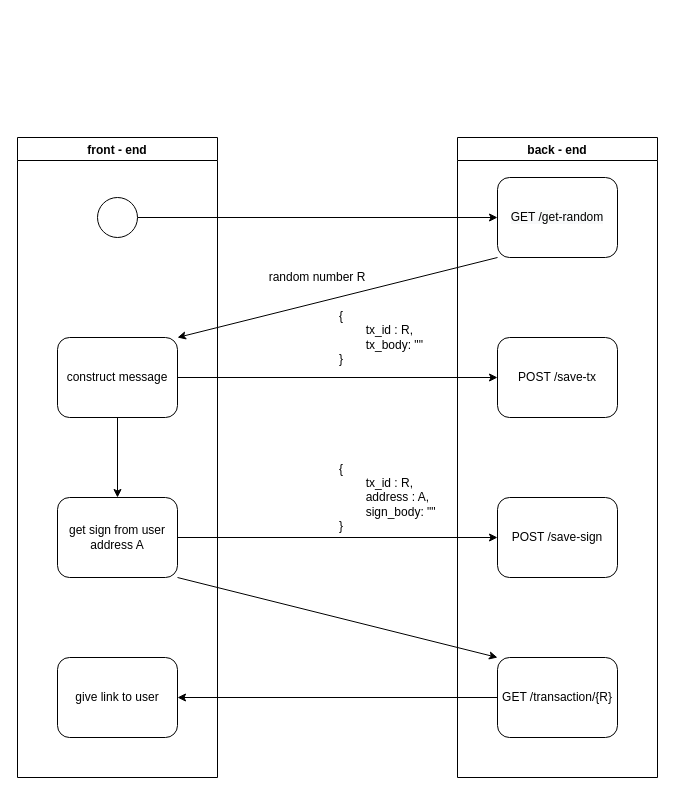
This is docs/flow.drawio from notional-labs/multisignature-service, a draw.io file, before an edit. Source tidied: cells renumbered, new cells numbered last; positions are measured from the earlier drawing's top-left corner, leaving out a move shared by most shapes. Both pictures are drawn from the tidied source at 100%, with x=0, y=0 at pixel (17, 137).
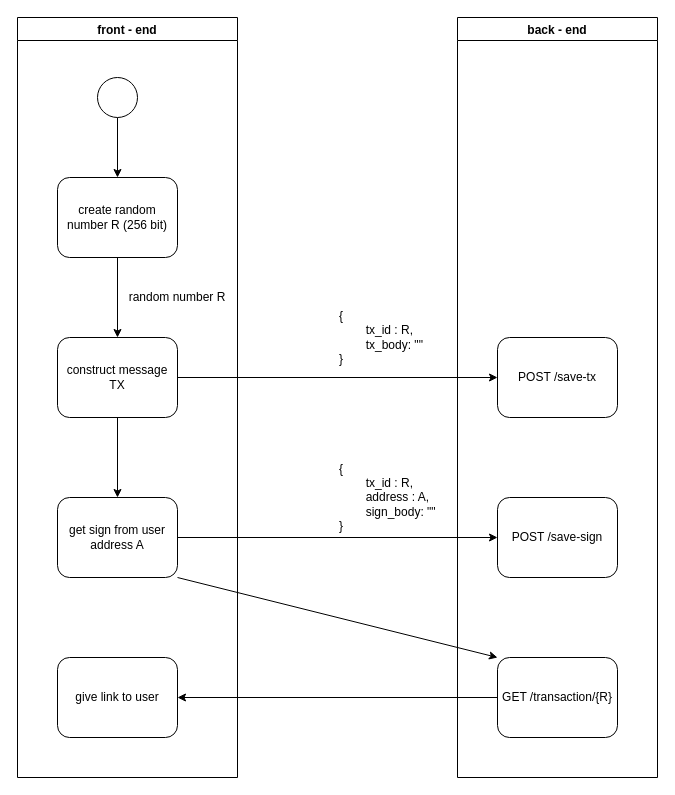
Above is the later version.

Diff of the diagram source:
```diff
@@
-    <mxCell id="2" style="edgeStyle=orthogonalEdgeStyle;rounded=0;jettySize=auto;html=1;exitX=1;exitY=0.5;exitDx=0;exitDy=0;exitPerimeter=0;entryX=0;entryY=0.5;entryDx=0;entryDy=0;" parent="1" edge="1" source="3" target="6">
-      <mxGeometry relative="1" as="geometry" />
-    </mxCell>
+    <mxCell id="22" style="edgeStyle=orthogonalEdgeStyle;rounded=0;jettySize=auto;html=1;exitX=0.5;exitY=1;exitDx=0;exitDy=0;exitPerimeter=0;entryX=0.5;entryY=0;entryDx=0;entryDy=0;" parent="1" edge="1" source="3" target="23">
+      <mxGeometry relative="1" as="geometry" />
+    </mxCell>
     <mxCell id="3" style="points=[[0.145,0.145,0],[0.5,0,0],[0.855,0.145,0],[1,0.5,0],[0.855,0.855,0],[0.5,1,0],[0.145,0.855,0],[0,0.5,0]];shape=mxgraph.bpmn.event;html=1;verticalLabelPosition=bottom;labelBackgroundColor=#ffffff;verticalAlign=top;align=center;perimeter=ellipsePerimeter;outlineConnect=0;outline=standard;symbol=general;" parent="1" vertex="1">
-      <mxGeometry x="80" y="60" width="40" height="40" as="geometry" />
+      <mxGeometry x="80" y="-60" width="40" height="40" as="geometry" />
     </mxCell>
@@
-    <mxCell id="6" value="&lt;span style=&quot;color: rgb(0, 0, 0); font-family: helvetica; font-size: 12px; font-style: normal; font-weight: 400; letter-spacing: normal; text-align: center; text-indent: 0px; text-transform: none; word-spacing: 0px; background-color: rgb(248, 249, 250); display: inline; float: none;&quot;&gt;GET /get-random&lt;/span&gt;" style="rounded=1;whiteSpace=wrap;html=1;" parent="1" vertex="1">
-      <mxGeometry x="480" y="40" width="120" height="80" as="geometry" />
-    </mxCell>
-    <mxCell id="7" style="endArrow=classic;html=1;rounded=0;exitX=0;exitY=1;exitDx=0;exitDy=0;entryX=1;entryY=0;entryDx=0;entryDy=0;" parent="1" edge="1" source="6" target="15">
+    <mxCell id="7" style="endArrow=classic;html=1;rounded=0;exitX=0.5;exitY=1;exitDx=0;exitDy=0;entryX=0.5;entryY=0;entryDx=0;entryDy=0;" parent="1" edge="1" source="23" target="15">
       <mxGeometry relative="1" as="geometry" />
     </mxCell>
@@
-    <mxCell id="9" value="random number R" style="text;html=1;strokeColor=none;fillColor=none;align=center;verticalAlign=middle;whiteSpace=wrap;rounded=0;" parent="1" vertex="1">
-      <mxGeometry x="240" y="120" width="120" height="40" as="geometry" />
-    </mxCell>
@@
-    <mxCell id="15" value="construct message" style="rounded=1;whiteSpace=wrap;html=1;" parent="1" vertex="1">
+    <mxCell id="15" value="construct message TX" style="rounded=1;whiteSpace=wrap;html=1;" parent="1" vertex="1">
       <mxGeometry x="40" y="200" width="120" height="80" as="geometry" />
     </mxCell>
@@
     <mxCell id="20" value="front - end" style="swimlane;startSize=23;" parent="1" vertex="1">
-      <mxGeometry width="200" height="640" as="geometry" />
+      <mxGeometry y="-120" width="220" height="760" as="geometry" />
     </mxCell>
+    <mxCell id="23" value="create random number R (256 bit)" style="rounded=1;whiteSpace=wrap;html=1;" parent="20" vertex="1">
+      <mxGeometry x="40" y="160" width="120" height="80" as="geometry" />
+    </mxCell>
+    <mxCell id="9" value="random number R" style="text;html=1;strokeColor=none;fillColor=none;align=center;verticalAlign=middle;whiteSpace=wrap;rounded=0;" parent="20" vertex="1">
+      <mxGeometry x="100" y="260" width="120" height="40" as="geometry" />
+    </mxCell>
     <mxCell id="21" value="back - end" style="swimlane;" parent="1" vertex="1">
-      <mxGeometry x="440" width="200" height="640" as="geometry" />
+      <mxGeometry x="440" y="-120" width="200" height="760" as="geometry" />
     </mxCell>
```
